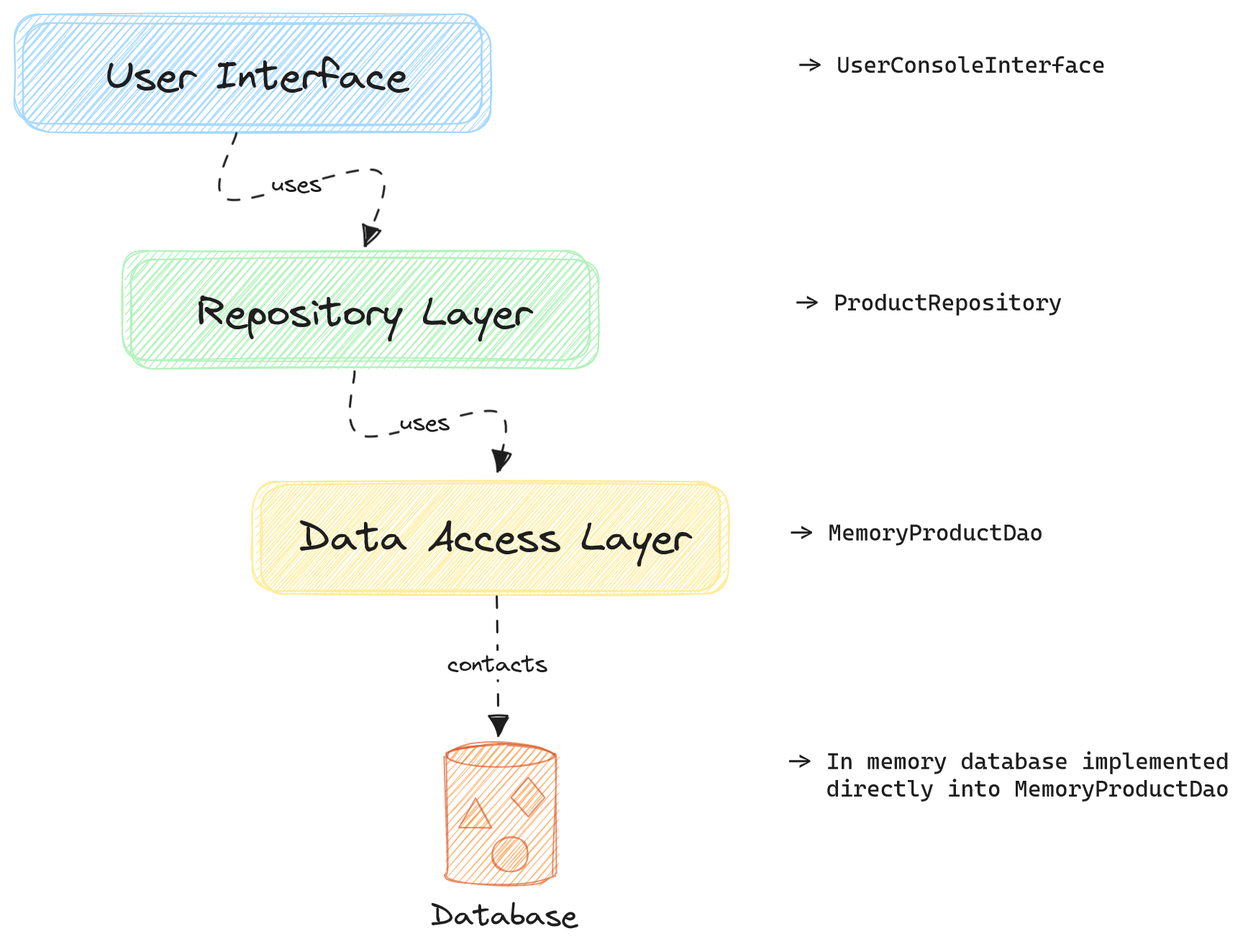
The Excalidraw diagram designs/Excalidraw-ComponentDiagram.png in DotNetBackendTraining/simple-inventory-management-system, before a commit. Source tidied: one line per element, renumbered; positions are measured from the earlier drawing's top-left corner, leaving out a move shared by most shapes. The source it was exported from:
```json
{"id": 0, "type": "rectangle", "strokeColor": "#ffec99", "backgroundColor": "#ffec99", "fillStyle": "hachure", "strokeWidth": 1, "roughness": 1, "round": true, "x": 166, "y": 325, "width": 325, "height": 76}
{"id": 1, "type": "rectangle", "strokeColor": "#ffec99", "backgroundColor": "#ffec99", "fillStyle": "hachure", "strokeWidth": 1, "roughness": 1, "round": true, "x": 172, "y": 327, "width": 325, "height": 76}
{"id": 2, "type": "text", "text": "Data Access Layer", "strokeColor": "#1e1e1e", "backgroundColor": "#ffec99", "fillStyle": "hachure", "strokeWidth": 1, "roughness": 1, "fontSize": 28, "fontFamily": 1, "textAlign": "center", "verticalAlign": "middle", "inside": 1, "x": 198, "y": 348, "width": 271, "height": 35}
{"id": 3, "type": "rectangle", "strokeColor": "#b2f2bb", "backgroundColor": "#b2f2bb", "fillStyle": "hachure", "strokeWidth": 1, "roughness": 1, "round": true, "x": 75, "y": 164, "width": 325, "height": 76}
{"id": 4, "type": "rectangle", "strokeColor": "#b2f2bb", "backgroundColor": "#b2f2bb", "fillStyle": "hachure", "strokeWidth": 1, "roughness": 1, "round": true, "x": 81, "y": 170, "width": 325, "height": 76}
{"id": 5, "type": "text", "text": "Repository Layer", "strokeColor": "#1e1e1e", "backgroundColor": "#ffec99", "fillStyle": "hachure", "strokeWidth": 1, "roughness": 1, "fontSize": 28, "fontFamily": 1, "textAlign": "center", "verticalAlign": "middle", "inside": 4, "x": 128, "y": 191, "width": 231, "height": 35}
{"id": 6, "type": "arrow", "strokeColor": "#1e1e1e", "backgroundColor": "#b2f2bb", "fillStyle": "hachure", "strokeWidth": 1, "strokeStyle": "dashed", "roughness": 1, "endArrowhead": "triangle", "round": true, "from": 4, "to": 1, "x": 233, "y": 248, "width": 99, "height": 70, "points": [[0, 0], [5, 44], [97, 30], [99, 70]]}
{"id": 7, "type": "text", "text": "uses", "strokeColor": "#1e1e1e", "backgroundColor": "#b2f2bb", "fillStyle": "hachure", "strokeWidth": 1, "strokeStyle": "dashed", "roughness": 1, "fontSize": 16, "fontFamily": 1, "textAlign": "center", "verticalAlign": "middle", "inside": 6, "x": 268, "y": 274, "width": 35, "height": 20}
{"id": 8, "type": "rectangle", "strokeColor": "#a5d8ff", "backgroundColor": "#a5d8ff", "fillStyle": "hachure", "strokeWidth": 1, "roughness": 1, "round": true, "x": 0, "y": 0, "width": 325, "height": 76}
{"id": 9, "type": "rectangle", "strokeColor": "#a5d8ff", "backgroundColor": "#a5d8ff", "fillStyle": "hachure", "strokeWidth": 1, "roughness": 1, "round": true, "x": 6, "y": 6, "width": 325, "height": 76}
{"id": 10, "type": "text", "text": "User Interface", "strokeColor": "#1e1e1e", "backgroundColor": "#ffec99", "fillStyle": "hachure", "strokeWidth": 1, "roughness": 1, "fontSize": 28, "fontFamily": 1, "textAlign": "center", "verticalAlign": "middle", "inside": 9, "x": 64, "y": 26, "width": 210, "height": 35}
{"id": 11, "type": "arrow", "strokeColor": "#1e1e1e", "backgroundColor": "#a5d8ff", "fillStyle": "hachure", "strokeWidth": 1, "strokeStyle": "dashed", "roughness": 1, "endArrowhead": "triangle", "round": true, "from": 9, "to": 4, "x": 149, "y": 83, "width": 103, "height": 80, "points": [[0, 0], [-6, 46], [97, 26], [89, 80]]}
{"id": 12, "type": "text", "text": "uses", "strokeColor": "#1e1e1e", "backgroundColor": "#a5d8ff", "fillStyle": "hachure", "strokeWidth": 1, "strokeStyle": "dashed", "roughness": 1, "fontSize": 16, "fontFamily": 1, "textAlign": "center", "verticalAlign": "middle", "inside": 11, "x": 178, "y": 108, "width": 35, "height": 20}
{"id": 13, "type": "line", "strokeColor": "#d9480f", "backgroundColor": "#fd7e14", "fillStyle": "hachure", "strokeWidth": 1, "roughness": 1, "opacity": 60, "round": true, "x": 300, "y": 516, "width": 76, "height": 98, "points": [[0, 0], [0, 74], [0, 82], [4, 86], [17, 89], [40, 90], [62, 89], [74, 85], [76, 82], [76, 75], [76, 6], [75, 0], [70, -4], [60, -6], [37, -8], [18, -7], [3, -3], [0, 0], [0, 0]]}
{"id": 14, "type": "ellipse", "strokeColor": "#d9480f", "backgroundColor": "#fd7e14", "fillStyle": "hachure", "strokeWidth": 1, "roughness": 1, "opacity": 60, "x": 300, "y": 508, "width": 75, "height": 15}
{"id": 15, "type": "diamond", "strokeColor": "#d9480f", "backgroundColor": "#fd7e14", "fillStyle": "hachure", "strokeWidth": 1, "roughness": 1, "opacity": 60, "x": 345, "y": 531, "width": 23, "height": 27}
{"id": 16, "type": "ellipse", "strokeColor": "#d9480f", "backgroundColor": "#fd7e14", "fillStyle": "hachure", "strokeWidth": 1, "roughness": 1, "opacity": 60, "x": 332, "y": 572, "width": 25, "height": 24}
{"id": 17, "type": "line", "strokeColor": "#d9480f", "backgroundColor": "#fd7e14", "fillStyle": "hachure", "strokeWidth": 1, "roughness": 1, "opacity": 60, "x": 321, "y": 545, "width": 23, "height": 21, "points": [[0, 0], [11, 21], [-12, 21], [0, 0]]}
{"id": 18, "type": "text", "text": "Database", "strokeColor": "#1e1e1e", "backgroundColor": "#a5d8ff", "fillStyle": "hachure", "strokeWidth": 1, "strokeStyle": "dashed", "roughness": 1, "fontSize": 20.61, "fontFamily": 1, "x": 290, "y": 615, "width": 102, "height": 26}
{"id": 19, "type": "arrow", "strokeColor": "#1e1e1e", "backgroundColor": "#a5d8ff", "fillStyle": "hachure", "strokeWidth": 1, "strokeStyle": "dashed", "roughness": 1, "endArrowhead": "triangle", "round": true, "from": 1, "to": 14, "x": 335, "y": 404, "width": 2, "height": 97, "points": [[0, 0], [2, 97]]}
{"id": 20, "type": "text", "text": "contacts", "strokeColor": "#1e1e1e", "backgroundColor": "#a5d8ff", "fillStyle": "hachure", "strokeWidth": 1, "strokeStyle": "dashed", "roughness": 1, "fontSize": 16, "fontFamily": 1, "textAlign": "center", "verticalAlign": "middle", "inside": 19, "x": 301, "y": 442, "width": 70, "height": 20}
{"id": 21, "type": "text", "text": "-> UserConsoleInterface", "strokeColor": "#1e1e1e", "backgroundColor": "#a5d8ff", "fillStyle": "hachure", "strokeWidth": 1, "strokeStyle": "dashed", "roughness": 1, "fontSize": 16, "fontFamily": 3, "x": 544, "y": 25, "width": 216, "height": 19}
{"id": 22, "type": "text", "text": "-> ProductRepository", "strokeColor": "#1e1e1e", "backgroundColor": "#a5d8ff", "fillStyle": "hachure", "strokeWidth": 1, "strokeStyle": "dashed", "roughness": 1, "fontSize": 16, "fontFamily": 3, "x": 542, "y": 190, "width": 188, "height": 19}
{"id": 23, "type": "text", "text": "-> MemoryProductDao", "strokeColor": "#1e1e1e", "backgroundColor": "#a5d8ff", "fillStyle": "hachure", "strokeWidth": 1, "strokeStyle": "dashed", "roughness": 1, "fontSize": 16, "fontFamily": 3, "x": 538, "y": 350, "width": 178, "height": 19}
{"id": 24, "type": "text", "text": "-> In memory database implemented\n   directly into MemoryProductDao", "strokeColor": "#1e1e1e", "backgroundColor": "#a5d8ff", "fillStyle": "hachure", "strokeWidth": 1, "strokeStyle": "dashed", "roughness": 1, "fontSize": 16, "fontFamily": 3, "x": 536, "y": 509, "width": 308, "height": 38}
```
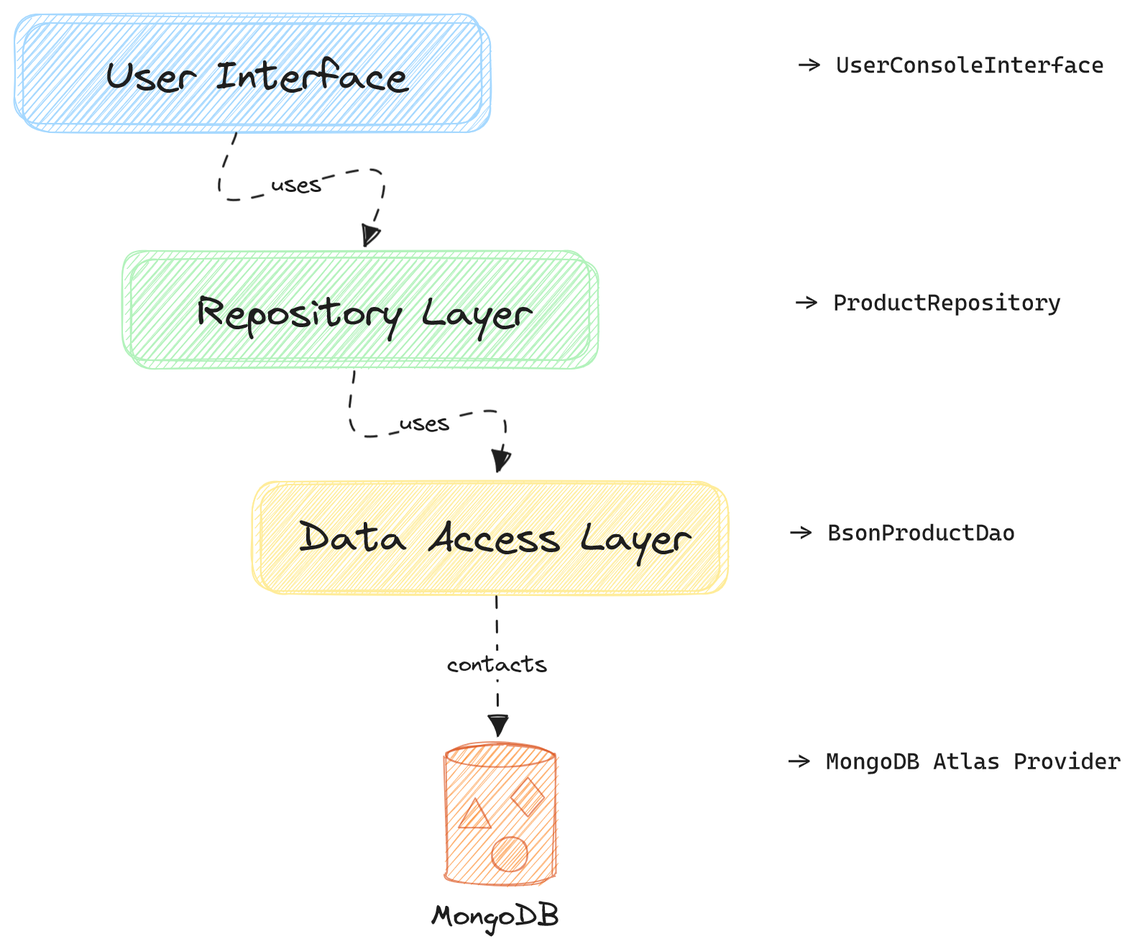
After the change.

Commit message:
Fix architecture design

Diff of the diagram source:
```diff
@@ -16,10 +16,10 @@
 {"id": 15, "type": "diamond", "strokeColor": "#d9480f", "backgroundColor": "#fd7e14", "fillStyle": "hachure", "strokeWidth": 1, "roughness": 1, "opacity": 60, "x": 345, "y": 531, "width": 23, "height": 27}
 {"id": 16, "type": "ellipse", "strokeColor": "#d9480f", "backgroundColor": "#fd7e14", "fillStyle": "hachure", "strokeWidth": 1, "roughness": 1, "opacity": 60, "x": 332, "y": 572, "width": 25, "height": 24}
 {"id": 17, "type": "line", "strokeColor": "#d9480f", "backgroundColor": "#fd7e14", "fillStyle": "hachure", "strokeWidth": 1, "roughness": 1, "opacity": 60, "x": 321, "y": 545, "width": 23, "height": 21, "points": [[0, 0], [11, 21], [-12, 21], [0, 0]]}
-{"id": 18, "type": "text", "text": "Database", "strokeColor": "#1e1e1e", "backgroundColor": "#a5d8ff", "fillStyle": "hachure", "strokeWidth": 1, "strokeStyle": "dashed", "roughness": 1, "fontSize": 20.61, "fontFamily": 1, "x": 290, "y": 615, "width": 102, "height": 26}
+{"id": 18, "type": "text", "text": "MongoDB", "strokeColor": "#1e1e1e", "backgroundColor": "#a5d8ff", "fillStyle": "hachure", "strokeWidth": 1, "strokeStyle": "dashed", "roughness": 1, "fontSize": 20.61, "fontFamily": 1, "x": 290, "y": 615, "width": 90, "height": 26}
 {"id": 19, "type": "arrow", "strokeColor": "#1e1e1e", "backgroundColor": "#a5d8ff", "fillStyle": "hachure", "strokeWidth": 1, "strokeStyle": "dashed", "roughness": 1, "endArrowhead": "triangle", "round": true, "from": 1, "to": 14, "x": 335, "y": 404, "width": 2, "height": 97, "points": [[0, 0], [2, 97]]}
 {"id": 20, "type": "text", "text": "contacts", "strokeColor": "#1e1e1e", "backgroundColor": "#a5d8ff", "fillStyle": "hachure", "strokeWidth": 1, "strokeStyle": "dashed", "roughness": 1, "fontSize": 16, "fontFamily": 1, "textAlign": "center", "verticalAlign": "middle", "inside": 19, "x": 301, "y": 442, "width": 70, "height": 20}
 {"id": 21, "type": "text", "text": "-> UserConsoleInterface", "strokeColor": "#1e1e1e", "backgroundColor": "#a5d8ff", "fillStyle": "hachure", "strokeWidth": 1, "strokeStyle": "dashed", "roughness": 1, "fontSize": 16, "fontFamily": 3, "x": 544, "y": 25, "width": 216, "height": 19}
 {"id": 22, "type": "text", "text": "-> ProductRepository", "strokeColor": "#1e1e1e", "backgroundColor": "#a5d8ff", "fillStyle": "hachure", "strokeWidth": 1, "strokeStyle": "dashed", "roughness": 1, "fontSize": 16, "fontFamily": 3, "x": 542, "y": 190, "width": 188, "height": 19}
-{"id": 23, "type": "text", "text": "-> MemoryProductDao", "strokeColor": "#1e1e1e", "backgroundColor": "#a5d8ff", "fillStyle": "hachure", "strokeWidth": 1, "strokeStyle": "dashed", "roughness": 1, "fontSize": 16, "fontFamily": 3, "x": 538, "y": 350, "width": 178, "height": 19}
+{"id": 23, "type": "text", "text": "-> BsonProductDao", "strokeColor": "#1e1e1e", "backgroundColor": "#a5d8ff", "fillStyle": "hachure", "strokeWidth": 1, "strokeStyle": "dashed", "roughness": 1, "fontSize": 16, "fontFamily": 3, "x": 538, "y": 350, "width": 159, "height": 19}
-{"id": 24, "type": "text", "text": "-> In memory database implemented\n   directly into MemoryProductDao", "strokeColor": "#1e1e1e", "backgroundColor": "#a5d8ff", "fillStyle": "hachure", "strokeWidth": 1, "strokeStyle": "dashed", "roughness": 1, "fontSize": 16, "fontFamily": 3, "x": 536, "y": 509, "width": 308, "height": 38}
+{"id": 24, "type": "text", "text": "-> MongoDB Atlas Provider", "strokeColor": "#1e1e1e", "backgroundColor": "#a5d8ff", "fillStyle": "hachure", "strokeWidth": 1, "strokeStyle": "dashed", "roughness": 1, "fontSize": 16, "fontFamily": 3, "x": 536, "y": 509, "width": 233, "height": 19}
```
